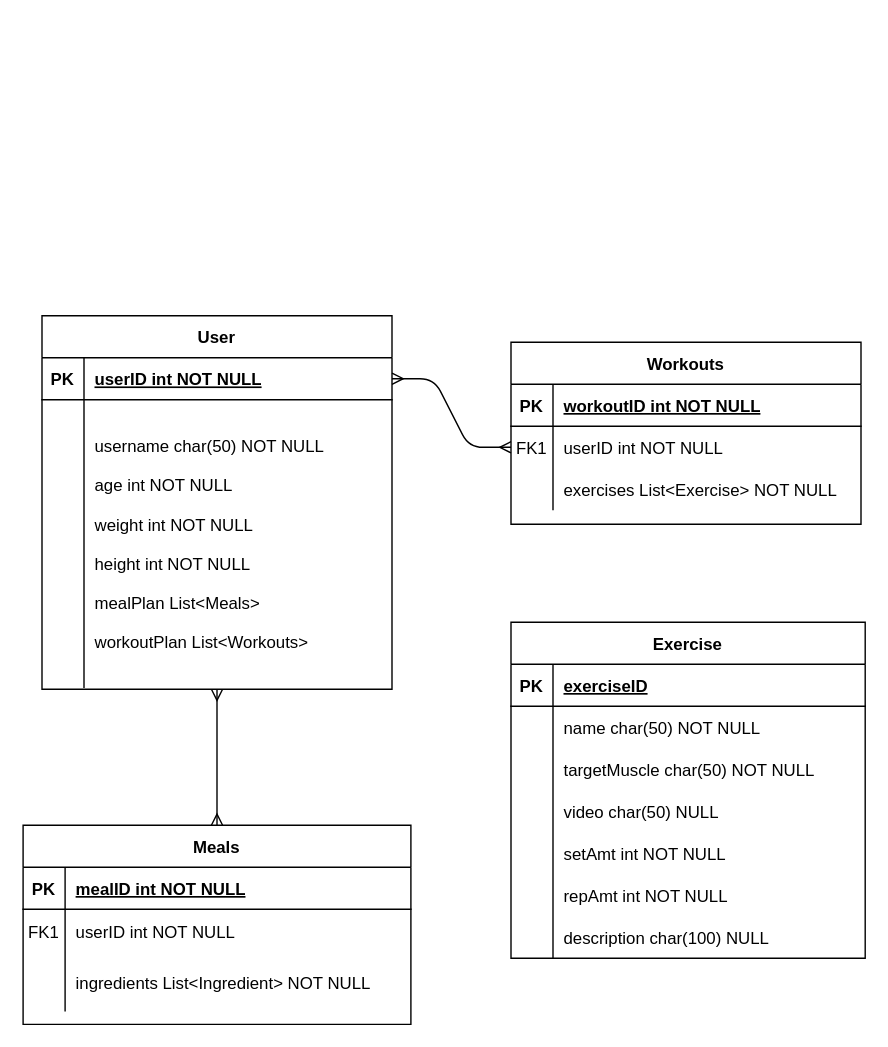
Above: HomieGainz ER Diagram.drawio in Scipion2002/HomieGainz (draw.io), before the change. Source tidied: cells renumbered, new cells numbered last; positions are measured from the earlier drawing's top-left corner, leaving out a move shared by most shapes. Both pictures are drawn from the tidied source at 140%, with x=0, y=0 at pixel (22, 315).
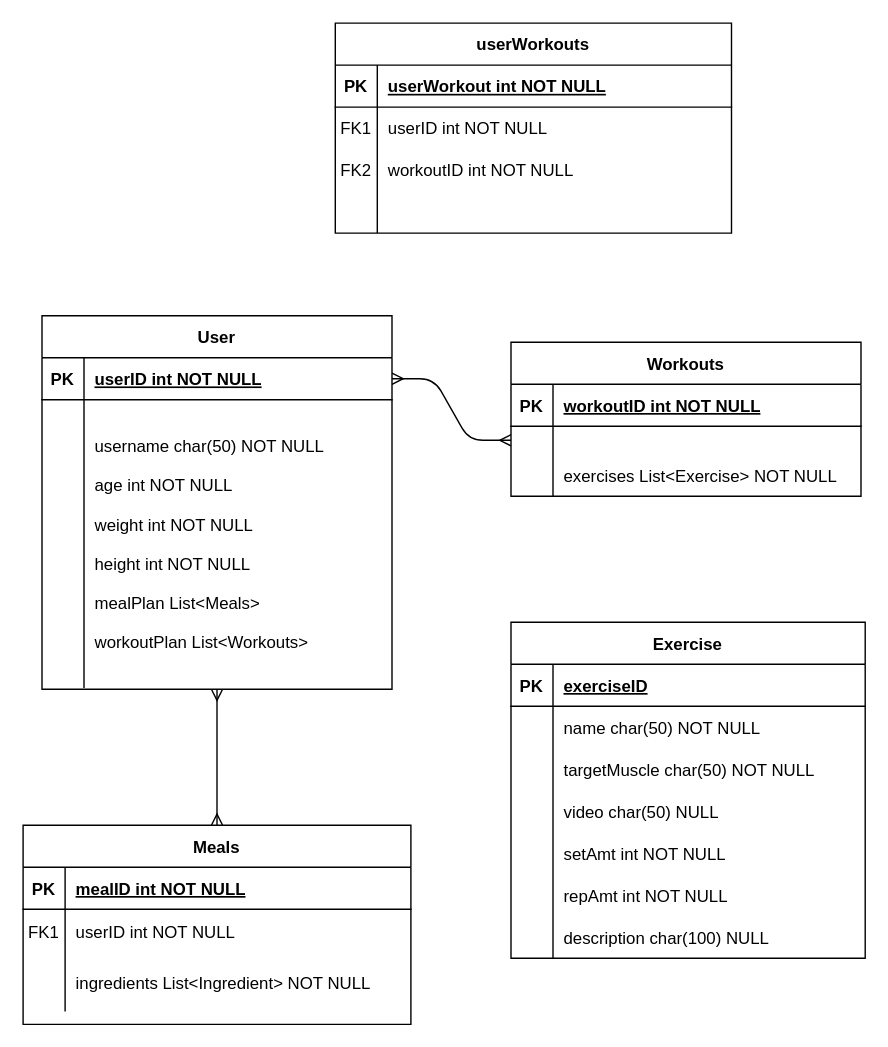
After the change.

Diff of the diagram source:
```diff
@@
     <mxCell id="4" value="Workouts" style="shape=table;startSize=30;childLayout=tableLayout;rowLines=0;fontStyle=1;align=center;" parent="1" vertex="1">
-      <mxGeometry x="348.5" y="19" width="250" height="130" as="geometry" />
+      <mxGeometry x="348.5" y="19" width="250" height="110" as="geometry" />
     </mxCell>
@@
     <mxCell id="8" style="shape=partialRectangle;fillColor=none;points=[[0,0.5],[1,0.5]];portConstraint=eastwest;top=0;left=0;right=0;bottom=0;" parent="4" vertex="1">
-      <mxGeometry y="60" width="250" height="30" as="geometry" />
+      <mxGeometry y="60" width="250" height="20" as="geometry" />
     </mxCell>
-    <mxCell id="9" value="FK1" style="shape=partialRectangle;overflow=hidden;fillColor=none;top=0;left=0;bottom=0;right=0;" parent="8" vertex="1">
-      <mxGeometry width="30" height="30" as="geometry" />
+    <mxCell id="9" style="shape=partialRectangle;overflow=hidden;fillColor=none;top=0;left=0;bottom=0;right=0;" parent="8" vertex="1">
+      <mxGeometry width="30" height="20" as="geometry" />
     </mxCell>
-    <mxCell id="10" value="userID int NOT NULL" style="shape=partialRectangle;overflow=hidden;fillColor=none;top=0;left=0;bottom=0;right=0;align=left;spacingLeft=6;" parent="8" vertex="1">
-      <mxGeometry x="30" width="220" height="30" as="geometry" />
+    <mxCell id="10" style="shape=partialRectangle;overflow=hidden;fillColor=none;top=0;left=0;bottom=0;right=0;align=left;spacingLeft=6;" parent="8" vertex="1">
+      <mxGeometry x="30" width="220" height="20" as="geometry" />
     </mxCell>
     <mxCell id="11" style="shape=partialRectangle;fillColor=none;top=0;left=0;right=0;bottom=0;" parent="4" vertex="1">
-      <mxGeometry y="90" width="250" height="30" as="geometry" />
+      <mxGeometry y="80" width="250" height="30" as="geometry" />
     </mxCell>
@@
+    <mxCell id="53" value="userWorkouts" style="shape=table;startSize=30;childLayout=tableLayout;rowLines=0;fontStyle=1;align=center;" parent="1" vertex="1">
+      <mxGeometry x="223" y="-209" width="283" height="150" as="geometry" />
+    </mxCell>
+    <mxCell id="54" style="shape=tableRow;horizontal=0;startSize=0;swimlaneHead=0;swimlaneBody=0;fillColor=none;top=0;left=0;right=0;bottom=1;" parent="53" vertex="1">
+      <mxGeometry y="30" width="283" height="30" as="geometry" />
+    </mxCell>
+    <mxCell id="55" value="PK" style="shape=partialRectangle;fillColor=none;top=0;left=0;bottom=0;right=0;fontStyle=1;overflow=hidden;" parent="54" vertex="1">
+      <mxGeometry width="30" height="30" as="geometry" />
+    </mxCell>
+    <mxCell id="56" value="userWorkout int NOT NULL" style="shape=partialRectangle;fillColor=none;top=0;left=0;bottom=0;right=0;align=left;spacingLeft=6;fontStyle=5;overflow=hidden;" parent="54" vertex="1">
+      <mxGeometry x="30" width="253" height="30" as="geometry" />
+    </mxCell>
+    <mxCell id="57" style="shape=tableRow;horizontal=0;startSize=0;swimlaneHead=0;swimlaneBody=0;fillColor=none;top=0;left=0;right=0;bottom=0;" parent="53" vertex="1">
+      <mxGeometry y="60" width="283" height="30" as="geometry" />
+    </mxCell>
+    <mxCell id="58" value="FK1" style="shape=partialRectangle;fillColor=none;top=0;left=0;bottom=0;right=0;overflow=hidden;" parent="57" vertex="1">
+      <mxGeometry width="30" height="30" as="geometry" />
+    </mxCell>
+    <mxCell id="59" value="userID int NOT NULL" style="shape=partialRectangle;fillColor=none;top=0;left=0;bottom=0;right=0;align=left;spacingLeft=6;overflow=hidden;" parent="57" vertex="1">
+      <mxGeometry x="30" width="253" height="30" as="geometry" />
+    </mxCell>
+    <mxCell id="60" style="shape=tableRow;horizontal=0;startSize=0;swimlaneHead=0;swimlaneBody=0;fillColor=none;top=0;left=0;right=0;bottom=0;" parent="53" vertex="1">
+      <mxGeometry y="90" width="283" height="30" as="geometry" />
+    </mxCell>
+    <mxCell id="61" value="FK2" style="shape=partialRectangle;fillColor=none;top=0;left=0;bottom=0;right=0;overflow=hidden;" parent="60" vertex="1">
+      <mxGeometry width="30" height="30" as="geometry" />
+    </mxCell>
+    <mxCell id="62" value="workoutID int NOT NULL" style="shape=partialRectangle;fillColor=none;top=0;left=0;bottom=0;right=0;align=left;spacingLeft=6;overflow=hidden;" parent="60" vertex="1">
+      <mxGeometry x="30" width="253" height="30" as="geometry" />
+    </mxCell>
+    <mxCell id="63" style="shape=tableRow;horizontal=0;startSize=0;swimlaneHead=0;swimlaneBody=0;fillColor=none;top=0;left=0;right=0;bottom=0;" parent="53" vertex="1">
+      <mxGeometry y="120" width="283" height="30" as="geometry" />
+    </mxCell>
+    <mxCell id="64" style="shape=partialRectangle;fillColor=none;top=0;left=0;bottom=0;right=0;overflow=hidden;" parent="63" vertex="1">
+      <mxGeometry width="30" height="30" as="geometry" />
+    </mxCell>
+    <mxCell id="65" style="shape=partialRectangle;fillColor=none;top=0;left=0;bottom=0;right=0;align=left;spacingLeft=6;overflow=hidden;" parent="63" vertex="1">
+      <mxGeometry x="30" width="253" height="30" as="geometry" />
+    </mxCell>
```
